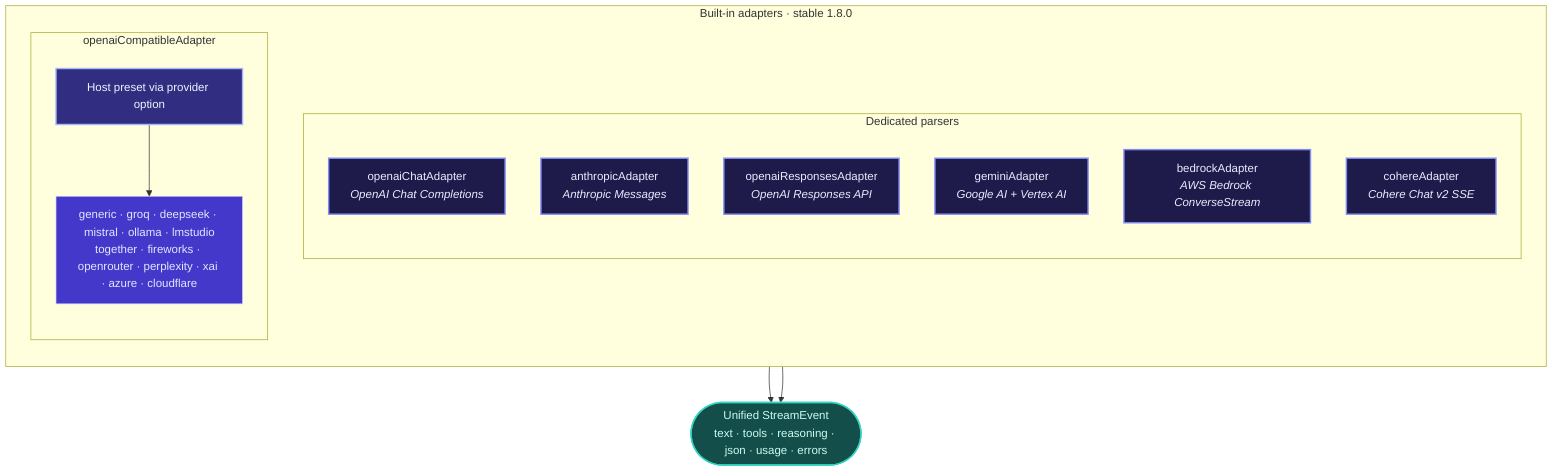
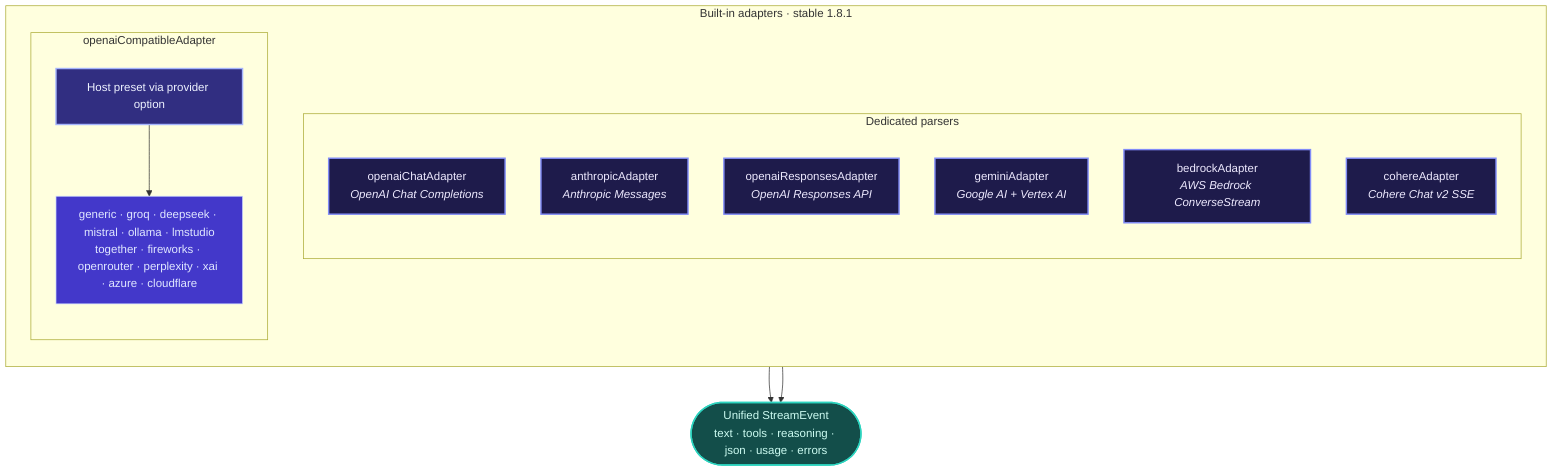
flowchart TB
- 	subgraph BUILTIN["Built-in adapters · stable 1.8.0"]
+ 	subgraph BUILTIN["Built-in adapters · stable 1.8.1"]
		direction TB

		subgraph DEDICATED["Dedicated parsers"]
			direction TB
			AC["openaiChatAdapter<br/><i>OpenAI Chat Completions</i>"]
			AA["anthropicAdapter<br/><i>Anthropic Messages</i>"]
			AR["openaiResponsesAdapter<br/><i>OpenAI Responses API</i>"]
			AG["geminiAdapter<br/><i>Google AI + Vertex AI</i>"]
			AB["bedrockAdapter<br/><i>AWS Bedrock ConverseStream</i>"]
			ACO["cohereAdapter<br/><i>Cohere Chat v2 SSE</i>"]
		end

		subgraph COMPAT["openaiCompatibleAdapter"]
			direction TB
			AO["Host preset via provider option"]
			PRESETS["generic · groq · deepseek · mistral · ollama · lmstudio<br/>together · fireworks · openrouter · perplexity · xai · azure · cloudflare"]
			AO --> PRESETS
		end
	end

	UNIFIED(["Unified StreamEvent<br/>text · tools · reasoning · json · usage · errors"])

	DEDICATED --> UNIFIED
	COMPAT --> UNIFIED

	classDef dedicated fill:#1e1b4b,stroke:#818cf8,stroke-width:2px,color:#ede9fe
	classDef compat fill:#312e81,stroke:#a5b4fc,stroke-width:2px,color:#eef2ff
	classDef presets fill:#4338ca,stroke:#c7d2fe,stroke-width:1px,color:#e0e7ff
	classDef out fill:#134e4a,stroke:#2dd4bf,stroke-width:2px,color:#ccfbf1

	class AC,AA,AR,AG,AB,ACO dedicated
	class AO compat
	class PRESETS presets
	class UNIFIED out
